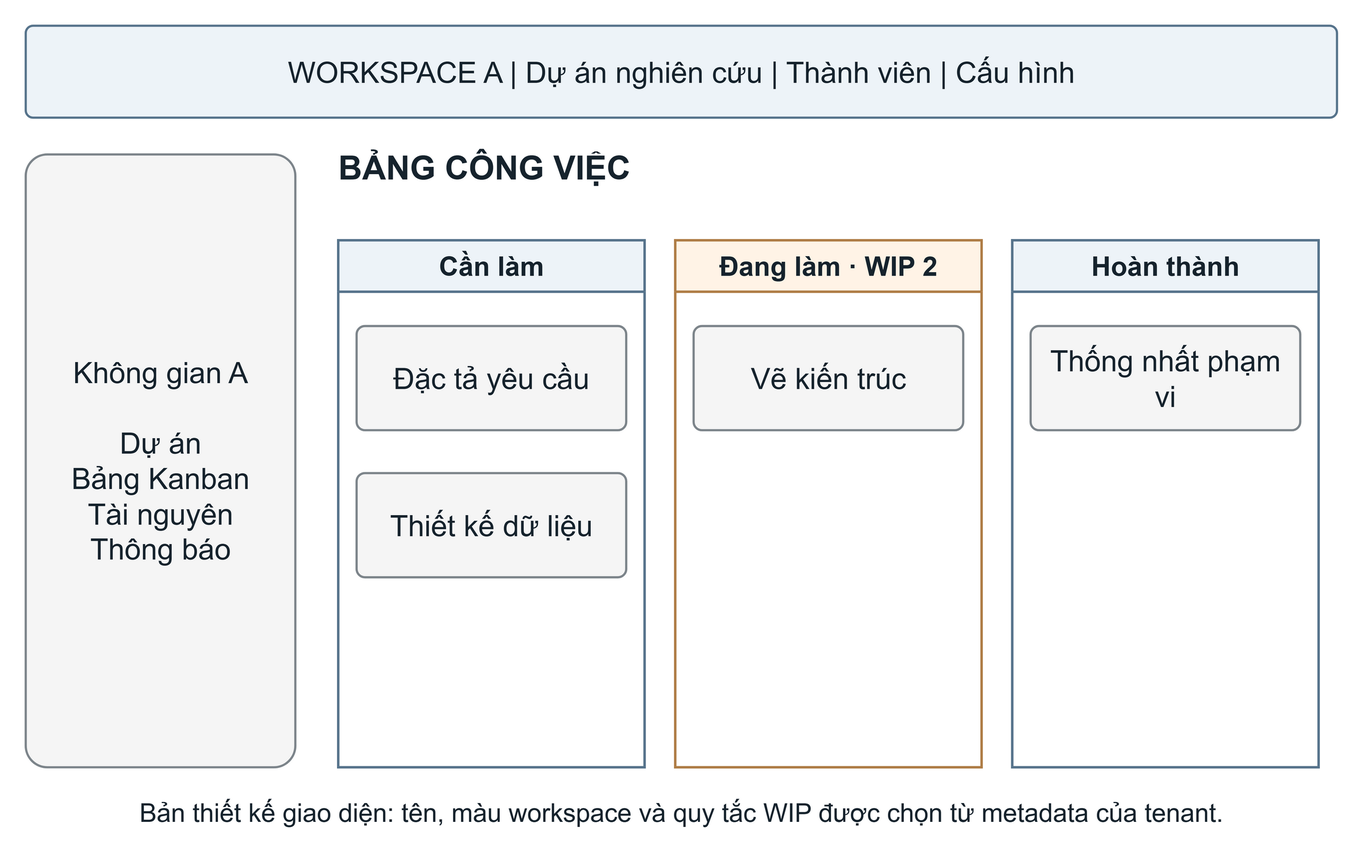
The draw.io diagram output/report-theo-dany/figures/editable-png/hinh_3_6_giao_dien.drawio.png in Hungcb123/NCKH-Hung, before a commit. Source tidied: cells renumbered, new cells last; positions are measured from the earlier drawing's top-left corner, leaving out a move shared by most shapes.
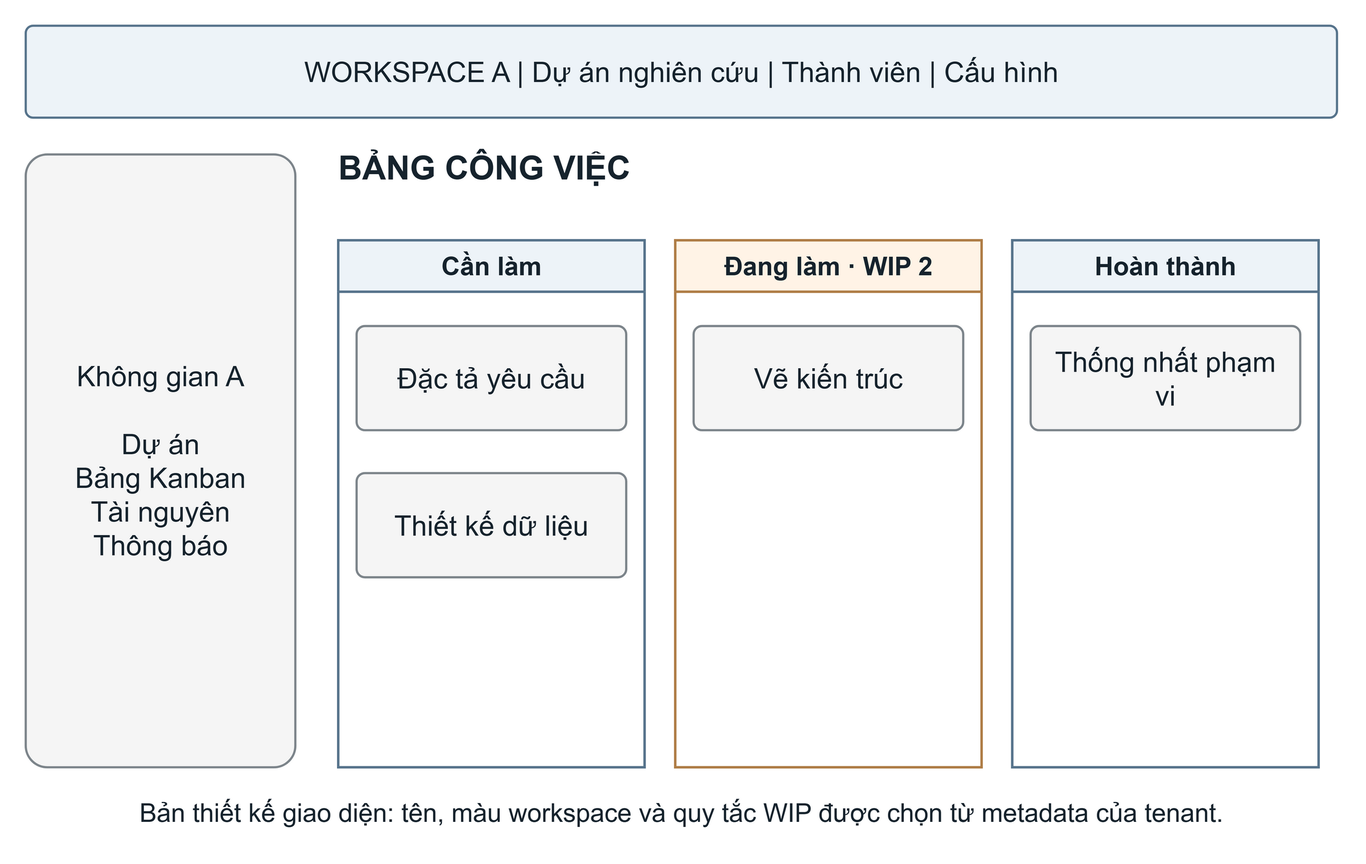
After the change.

What changed in the source:
```diff
@@ -5,34 +5,34 @@
     <mxCell id="2" style="html=1;whiteSpace=wrap;fontFamily=Arial;fontColor=#16232D;fontSize=24;spacing=10;align=center;verticalAlign=middle;fillColor=none;strokeColor=none;" parent="1" vertex="1">
       <mxGeometry width="1100" height="690" as="geometry" />
     </mxCell>
-    <mxCell id="3" value="WORKSPACE A   |   Dự án nghiên cứu   |   Thành viên   |   Cấu hình" style="html=1;whiteSpace=wrap;fontFamily=Arial;fontColor=#16232D;fontSize=24;spacing=10;align=center;verticalAlign=middle;rounded=1;arcSize=8;fillColor=#EDF3F8;strokeColor=#57748C;strokeWidth=1.8;" parent="1" vertex="1">
+    <mxCell id="3" value="WORKSPACE A   |   Dự án nghiên cứu   |   Thành viên   |   Cấu hình" style="html=1;whiteSpace=wrap;fontFamily=Arial;fontColor=#16232D;fontSize=24;spacing=10;align=center;verticalAlign=middle;rounded=1;arcSize=8;fontSize=23;fillColor=#EDF3F8;strokeColor=#57748C;strokeWidth=1.8;" parent="1" vertex="1">
       <mxGeometry x="15" y="15" width="1070" height="75" as="geometry" />
     </mxCell>
-    <mxCell id="4" value="Không gian A&#10;&#10;Dự án&#10;Bảng Kanban&#10;Tài nguyên&#10;Thông báo" style="html=1;whiteSpace=wrap;fontFamily=Arial;fontColor=#16232D;fontSize=24;spacing=10;align=center;verticalAlign=middle;rounded=1;arcSize=8;fillColor=#F5F5F5;strokeColor=#7D858B;strokeWidth=1.8;" parent="1" vertex="1">
+    <mxCell id="4" value="Không gian A&#10;&#10;Dự án&#10;Bảng Kanban&#10;Tài nguyên&#10;Thông báo" style="html=1;whiteSpace=wrap;fontFamily=Arial;fontColor=#16232D;fontSize=24;spacing=10;align=center;verticalAlign=middle;rounded=1;arcSize=8;fontSize=23;fillColor=#F5F5F5;strokeColor=#7D858B;strokeWidth=1.8;" parent="1" vertex="1">
       <mxGeometry x="15" y="120" width="220" height="500" as="geometry" />
     </mxCell>
     <mxCell id="5" value="BẢNG CÔNG VIỆC" style="html=1;whiteSpace=wrap;fontFamily=Arial;fontColor=#16232D;fontSize=24;spacing=10;align=center;verticalAlign=middle;text;strokeColor=none;fillColor=none;fontSize=27;fontStyle=1;align=left;spacing=0;" parent="1" vertex="1">
       <mxGeometry x="270" y="110" width="780" height="50" as="geometry" />
     </mxCell>
-    <mxCell id="6" value="Cần làm" style="html=1;whiteSpace=wrap;fontFamily=Arial;fontColor=#16232D;fontSize=24;spacing=10;align=center;verticalAlign=middle;swimlane;startSize=42;horizontal=1;fontSize=22;fontStyle=1;fillColor=#EDF3F8;swimlaneFillColor=#FFFFFF;strokeColor=#57748C;strokeWidth=2;" parent="1" vertex="1">
+    <mxCell id="6" value="Cần làm" style="html=1;whiteSpace=wrap;fontFamily=Arial;fontColor=#16232D;fontSize=24;spacing=10;align=center;verticalAlign=middle;swimlane;startSize=42;horizontal=1;fontSize=21;fontStyle=1;fillColor=#EDF3F8;swimlaneFillColor=#FFFFFF;strokeColor=#57748C;strokeWidth=2;" parent="1" vertex="1">
       <mxGeometry x="270" y="190" width="250" height="430" as="geometry" />
     </mxCell>
-    <mxCell id="7" value="Đặc tả yêu cầu" style="html=1;whiteSpace=wrap;fontFamily=Arial;fontColor=#16232D;fontSize=24;spacing=10;align=center;verticalAlign=middle;rounded=1;arcSize=8;fillColor=#F5F5F5;strokeColor=#7D858B;strokeWidth=1.8;" parent="1" vertex="1">
+    <mxCell id="7" value="Đặc tả yêu cầu" style="html=1;whiteSpace=wrap;fontFamily=Arial;fontColor=#16232D;fontSize=24;spacing=10;align=center;verticalAlign=middle;rounded=1;arcSize=8;fontSize=23;fillColor=#F5F5F5;strokeColor=#7D858B;strokeWidth=1.8;" parent="1" vertex="1">
       <mxGeometry x="285" y="260" width="220" height="85" as="geometry" />
     </mxCell>
-    <mxCell id="8" value="Thiết kế dữ liệu" style="html=1;whiteSpace=wrap;fontFamily=Arial;fontColor=#16232D;fontSize=24;spacing=10;align=center;verticalAlign=middle;rounded=1;arcSize=8;fillColor=#F5F5F5;strokeColor=#7D858B;strokeWidth=1.8;" parent="1" vertex="1">
+    <mxCell id="8" value="Thiết kế dữ liệu" style="html=1;whiteSpace=wrap;fontFamily=Arial;fontColor=#16232D;fontSize=24;spacing=10;align=center;verticalAlign=middle;rounded=1;arcSize=8;fontSize=23;fillColor=#F5F5F5;strokeColor=#7D858B;strokeWidth=1.8;" parent="1" vertex="1">
       <mxGeometry x="285" y="380" width="220" height="85" as="geometry" />
     </mxCell>
-    <mxCell id="9" value="Đang làm · WIP 2" style="html=1;whiteSpace=wrap;fontFamily=Arial;fontColor=#16232D;fontSize=24;spacing=10;align=center;verticalAlign=middle;swimlane;startSize=42;horizontal=1;fontSize=22;fontStyle=1;fillColor=#FFF3E6;swimlaneFillColor=#FFFFFF;strokeColor=#AF7D46;strokeWidth=2;" parent="1" vertex="1">
+    <mxCell id="9" value="Đang làm · WIP 2" style="html=1;whiteSpace=wrap;fontFamily=Arial;fontColor=#16232D;fontSize=24;spacing=10;align=center;verticalAlign=middle;swimlane;startSize=42;horizontal=1;fontSize=21;fontStyle=1;fillColor=#FFF3E6;swimlaneFillColor=#FFFFFF;strokeColor=#AF7D46;strokeWidth=2;" parent="1" vertex="1">
       <mxGeometry x="545" y="190" width="250" height="430" as="geometry" />
     </mxCell>
-    <mxCell id="10" value="Vẽ kiến trúc" style="html=1;whiteSpace=wrap;fontFamily=Arial;fontColor=#16232D;fontSize=24;spacing=10;align=center;verticalAlign=middle;rounded=1;arcSize=8;fillColor=#F5F5F5;strokeColor=#7D858B;strokeWidth=1.8;" parent="1" vertex="1">
+    <mxCell id="10" value="Vẽ kiến trúc" style="html=1;whiteSpace=wrap;fontFamily=Arial;fontColor=#16232D;fontSize=24;spacing=10;align=center;verticalAlign=middle;rounded=1;arcSize=8;fontSize=23;fillColor=#F5F5F5;strokeColor=#7D858B;strokeWidth=1.8;" parent="1" vertex="1">
       <mxGeometry x="560" y="260" width="220" height="85" as="geometry" />
     </mxCell>
-    <mxCell id="11" value="Hoàn thành" style="html=1;whiteSpace=wrap;fontFamily=Arial;fontColor=#16232D;fontSize=24;spacing=10;align=center;verticalAlign=middle;swimlane;startSize=42;horizontal=1;fontSize=22;fontStyle=1;fillColor=#EDF3F8;swimlaneFillColor=#FFFFFF;strokeColor=#57748C;strokeWidth=2;" parent="1" vertex="1">
+    <mxCell id="11" value="Hoàn thành" style="html=1;whiteSpace=wrap;fontFamily=Arial;fontColor=#16232D;fontSize=24;spacing=10;align=center;verticalAlign=middle;swimlane;startSize=42;horizontal=1;fontSize=21;fontStyle=1;fillColor=#EDF3F8;swimlaneFillColor=#FFFFFF;strokeColor=#57748C;strokeWidth=2;" parent="1" vertex="1">
       <mxGeometry x="820" y="190" width="250" height="430" as="geometry" />
     </mxCell>
-    <mxCell id="12" value="Thống nhất phạm vi" style="html=1;whiteSpace=wrap;fontFamily=Arial;fontColor=#16232D;fontSize=24;spacing=10;align=center;verticalAlign=middle;rounded=1;arcSize=8;fillColor=#F5F5F5;strokeColor=#7D858B;strokeWidth=1.8;" parent="1" vertex="1">
+    <mxCell id="12" value="Thống nhất phạm vi" style="html=1;whiteSpace=wrap;fontFamily=Arial;fontColor=#16232D;fontSize=24;spacing=10;align=center;verticalAlign=middle;rounded=1;arcSize=8;fontSize=23;fillColor=#F5F5F5;strokeColor=#7D858B;strokeWidth=1.8;" parent="1" vertex="1">
       <mxGeometry x="835" y="260" width="220" height="85" as="geometry" />
     </mxCell>
     <mxCell id="13" value="Bản thiết kế giao diện: tên, màu workspace và quy tắc WIP được chọn từ metadata của tenant." style="html=1;whiteSpace=wrap;fontFamily=Arial;fontColor=#16232D;fontSize=24;spacing=10;align=center;verticalAlign=middle;text;strokeColor=none;fillColor=none;fontSize=21;fontStyle=0;align=center;spacing=0;" parent="1" vertex="1">
```
